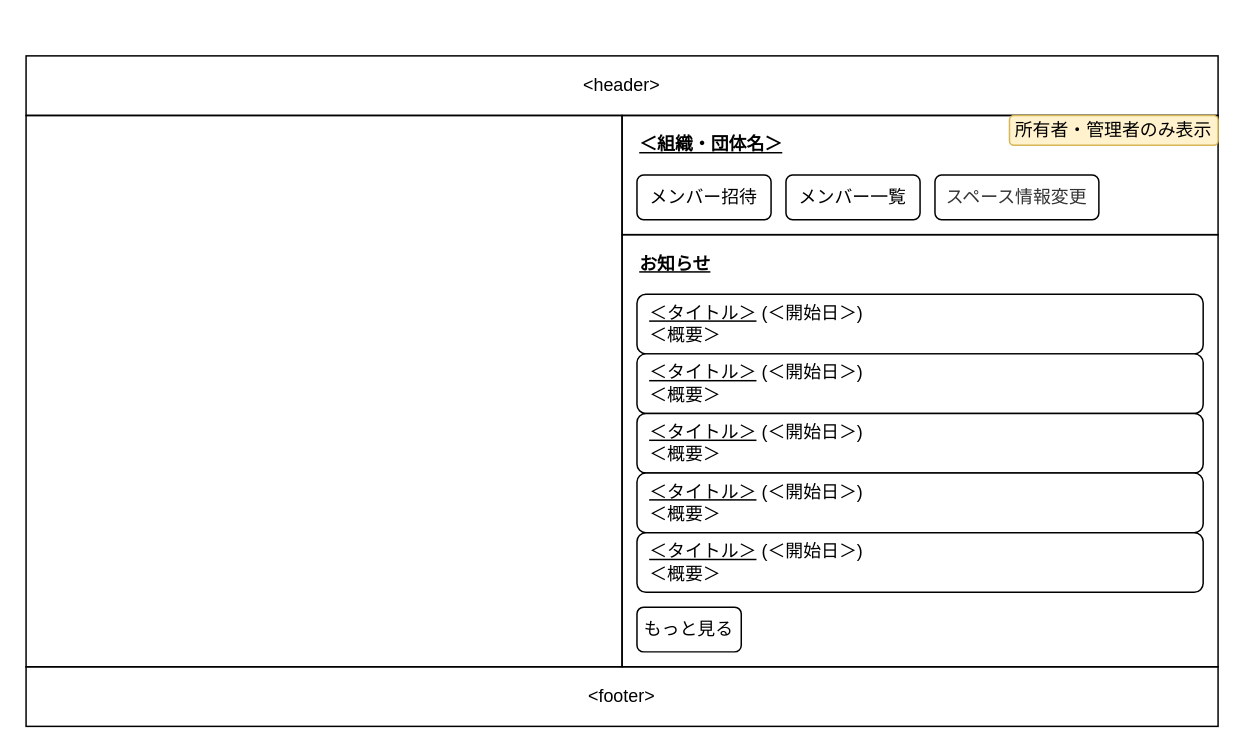
The draw.io diagram 設計/画面設計/スペーストップ.drawio in nightonlypj/rails-app-origin, before the edit. Source tidied: cells renumbered, new cells numbered last; positions are measured from the earlier drawing's top-left corner, leaving out a move shared by most shapes. Both pictures are drawn from the tidied source at 149%, with x=0, y=0 at pixel (25, 55).
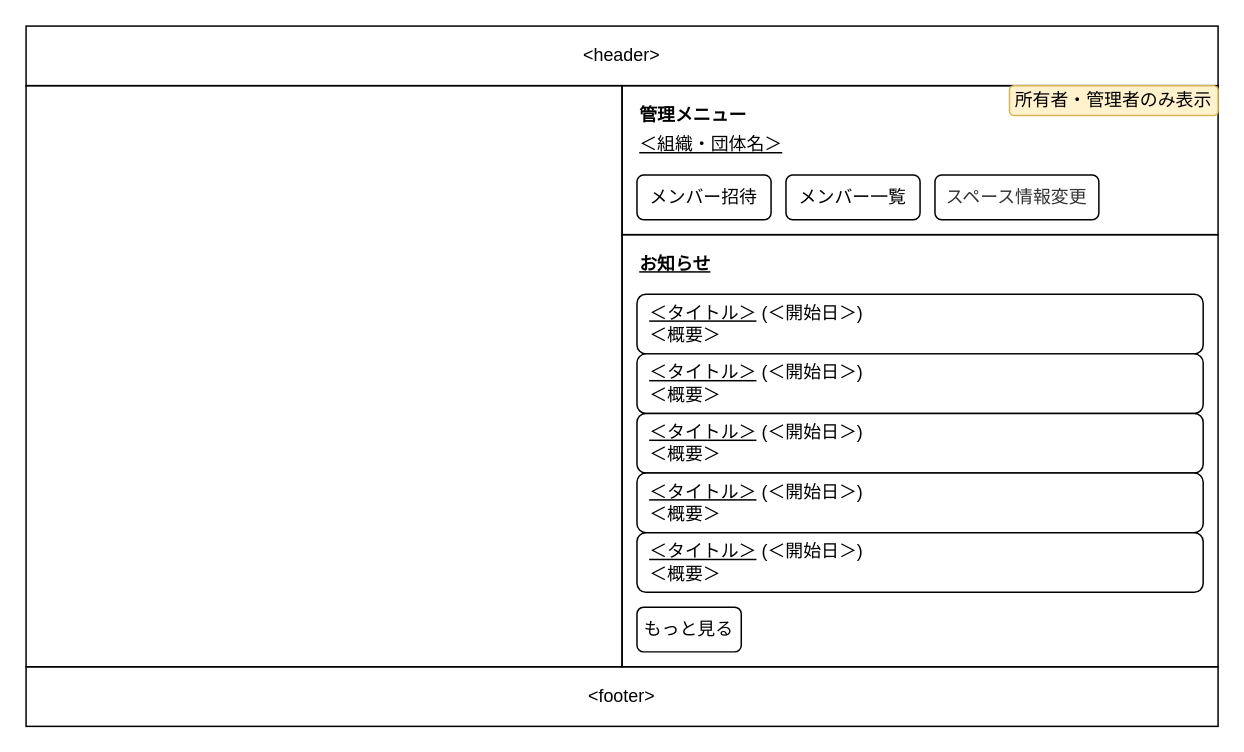
The same diagram, later.

What changed in the source:
```diff
@@
 <mxGraphModel>
   <root>
     <mxCell id="0" />
     <mxCell id="1" parent="0" />
     <mxCell id="2" value="&amp;lt;header&amp;gt;" style="rounded=0;whiteSpace=wrap;html=1;fillColor=none;" parent="1" vertex="1">
-      <mxGeometry width="800" height="40" as="geometry" />
+      <mxGeometry y="-20" width="800" height="40" as="geometry" />
     </mxCell>
     <mxCell id="3" value="&amp;lt;footer&amp;gt;" style="rounded=0;whiteSpace=wrap;html=1;fillColor=none;" parent="1" vertex="1">
       <mxGeometry y="410" width="800" height="40" as="geometry" />
     </mxCell>
     <mxCell id="4" style="rounded=0;whiteSpace=wrap;html=1;fillColor=none;" parent="1" vertex="1">
       <mxGeometry x="400" y="120" width="400" height="290" as="geometry" />
     </mxCell>
     <mxCell id="5" value="&lt;b&gt;&lt;u&gt;お知らせ&lt;/u&gt;&lt;/b&gt;" style="text;html=1;strokeColor=none;fillColor=none;align=left;verticalAlign=middle;whiteSpace=wrap;rounded=0;" parent="1" vertex="1">
       <mxGeometry x="410" y="130" width="60" height="20" as="geometry" />
     </mxCell>
     <mxCell id="6" value="&amp;nbsp;&amp;nbsp;&lt;u&gt;＜タイトル＞&lt;/u&gt;&amp;nbsp;(＜開始日＞)&lt;br&gt;&amp;nbsp; ＜概要＞" style="rounded=1;whiteSpace=wrap;html=1;align=left;" parent="1" vertex="1">
       <mxGeometry x="410" y="160" width="380" height="40" as="geometry" />
     </mxCell>
     <mxCell id="7" value="もっと見る" style="rounded=1;whiteSpace=wrap;html=1;align=center;" parent="1" vertex="1">
       <mxGeometry x="410" y="370" width="70" height="30" as="geometry" />
     </mxCell>
     <mxCell id="8" value="&amp;nbsp;&amp;nbsp;&lt;u&gt;＜タイトル＞&lt;/u&gt;&amp;nbsp;(＜開始日＞)&lt;br&gt;&amp;nbsp; ＜概要＞" style="rounded=1;whiteSpace=wrap;html=1;align=left;" parent="1" vertex="1">
       <mxGeometry x="410" y="200" width="380" height="40" as="geometry" />
     </mxCell>
     <mxCell id="9" value="&amp;nbsp;&amp;nbsp;&lt;u&gt;＜タイトル＞&lt;/u&gt;&amp;nbsp;(＜開始日＞)&lt;br&gt;&amp;nbsp; ＜概要＞" style="rounded=1;whiteSpace=wrap;html=1;align=left;" parent="1" vertex="1">
       <mxGeometry x="410" y="240" width="380" height="40" as="geometry" />
     </mxCell>
     <mxCell id="10" value="&amp;nbsp;&amp;nbsp;&lt;u&gt;＜タイトル＞&lt;/u&gt;&amp;nbsp;(＜開始日＞)&lt;br&gt;&amp;nbsp; ＜概要＞" style="rounded=1;whiteSpace=wrap;html=1;align=left;" parent="1" vertex="1">
       <mxGeometry x="410" y="280" width="380" height="40" as="geometry" />
     </mxCell>
     <mxCell id="11" value="&amp;nbsp;&amp;nbsp;&lt;u&gt;＜タイトル＞&lt;/u&gt;&amp;nbsp;(＜開始日＞)&lt;br&gt;&amp;nbsp; ＜概要＞" style="rounded=1;whiteSpace=wrap;html=1;align=left;" parent="1" vertex="1">
       <mxGeometry x="410" y="320" width="380" height="40" as="geometry" />
     </mxCell>
     <mxCell id="12" style="rounded=0;whiteSpace=wrap;html=1;fillColor=none;" parent="1" vertex="1">
-      <mxGeometry y="40" width="400" height="370" as="geometry" />
+      <mxGeometry y="20" width="400" height="390" as="geometry" />
     </mxCell>
     <mxCell id="13" style="rounded=0;whiteSpace=wrap;html=1;fillColor=none;" parent="1" vertex="1">
-      <mxGeometry x="400" y="40" width="400" height="80" as="geometry" />
+      <mxGeometry x="400" y="20" width="400" height="100" as="geometry" />
     </mxCell>
     <mxCell id="14" value="メンバー招待" style="rounded=1;whiteSpace=wrap;html=1;align=center;" parent="1" vertex="1">
       <mxGeometry x="410" y="80" width="90" height="30" as="geometry" />
     </mxCell>
     <mxCell id="15" value="メンバー一覧" style="rounded=1;whiteSpace=wrap;html=1;align=center;" parent="1" vertex="1">
       <mxGeometry x="510" y="80" width="90" height="30" as="geometry" />
     </mxCell>
     <mxCell id="16" value="&lt;span style=&quot;color: rgb(51 , 51 , 51)&quot;&gt;スペース情報変更&lt;/span&gt;" style="rounded=1;whiteSpace=wrap;html=1;align=center;" parent="1" vertex="1">
       <mxGeometry x="610" y="80" width="110" height="30" as="geometry" />
     </mxCell>
-    <mxCell id="17" value="&lt;u&gt;&lt;b&gt;＜組織・団体名＞&lt;/b&gt;&lt;/u&gt;" style="text;html=1;strokeColor=none;fillColor=none;align=left;verticalAlign=middle;whiteSpace=wrap;rounded=0;" parent="1" vertex="1">
-      <mxGeometry x="410" y="50" width="100" height="20" as="geometry" />
+    <mxCell id="17" value="&lt;b&gt;管理メニュー&lt;/b&gt;" style="text;html=1;strokeColor=none;fillColor=none;align=left;verticalAlign=middle;whiteSpace=wrap;rounded=0;" parent="1" vertex="1">
+      <mxGeometry x="410" y="30" width="80" height="20" as="geometry" />
     </mxCell>
     <mxCell id="18" value="所有者・管理者のみ表示" style="rounded=1;whiteSpace=wrap;html=1;fillColor=#fff2cc;strokeColor=#d6b656;" parent="1" vertex="1">
-      <mxGeometry x="660" y="40" width="140" height="20" as="geometry" />
+      <mxGeometry x="660" y="20" width="140" height="20" as="geometry" />
     </mxCell>
+    <mxCell id="19" value="&lt;u&gt;＜組織・団体名＞&lt;/u&gt;" style="text;html=1;strokeColor=none;fillColor=none;align=left;verticalAlign=middle;whiteSpace=wrap;rounded=0;" parent="1" vertex="1">
+      <mxGeometry x="410" y="50" width="100" height="20" as="geometry" />
+    </mxCell>
   </root>
 </mxGraphModel>
```
